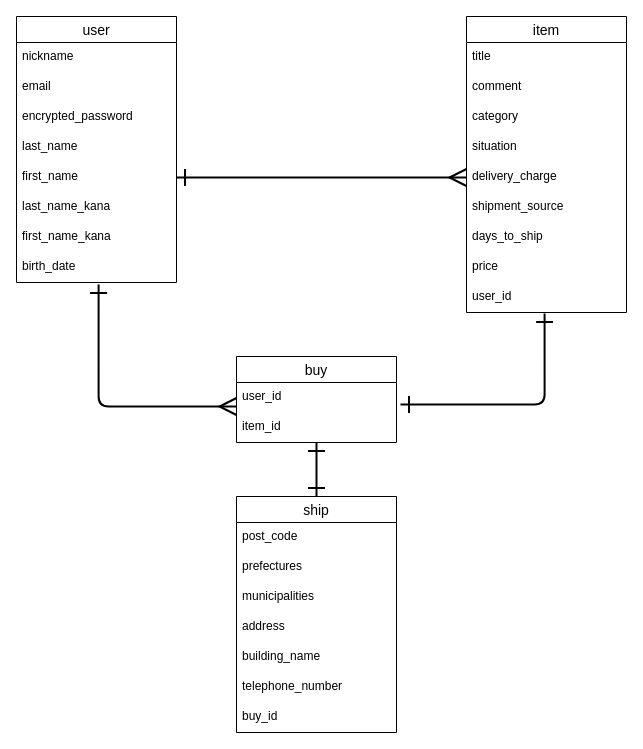
Before: test.dio in murakami-m/furima-37299, a draw.io diagram. Source tidied: cells renumbered, new cells numbered last; positions are measured from the earlier drawing's top-left corner, leaving out a move shared by most shapes. Both pictures are drawn from the tidied source at 100%, with x=0, y=0 at pixel (16, 16).
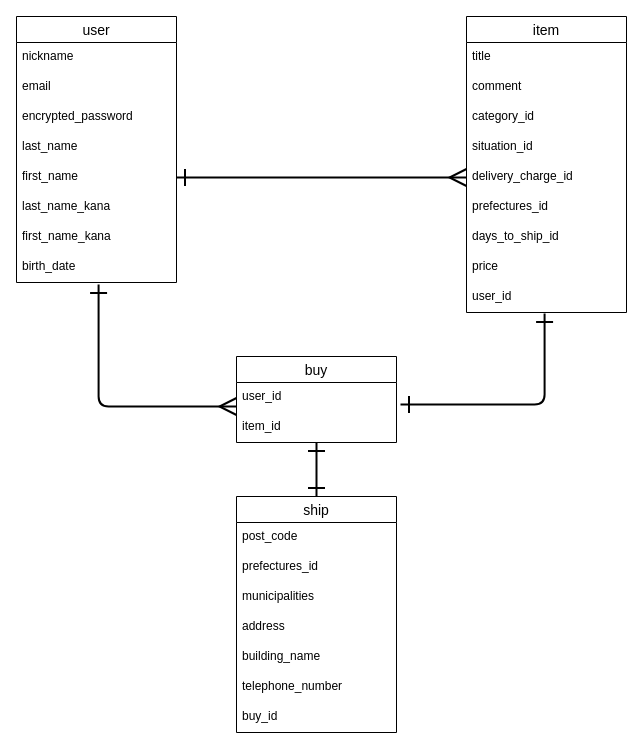
Above is the later version.

Unchanged cells that the change refers to:
```xml
<mxCell id="11" value="item" style="swimlane;fontStyle=0;horizontal=1;startSize=26;align=center;fontSize=14;" parent="1" vertex="1">
  <mxGeometry x="450" width="160" height="296" as="geometry" />
</mxCell>
<mxCell id="24" value="ship" style="swimlane;fontStyle=0;horizontal=1;startSize=26;align=center;fontSize=14;" parent="1" vertex="1">
  <mxGeometry x="220" y="480" width="160" height="236" as="geometry" />
</mxCell>
```

Change to the diagram source:
```diff
@@
-    <mxCell id="14" value="category" style="text;strokeColor=none;fillColor=none;spacingLeft=4;spacingRight=4;overflow=hidden;fontSize=12;" parent="11" vertex="1">
+    <mxCell id="14" value="category_id" style="text;strokeColor=none;fillColor=none;spacingLeft=4;spacingRight=4;overflow=hidden;fontSize=12;" parent="11" vertex="1">
       <mxGeometry y="86" width="160" height="30" as="geometry" />
     </mxCell>
-    <mxCell id="15" value="situation" style="text;strokeColor=none;fillColor=none;spacingLeft=4;spacingRight=4;overflow=hidden;fontSize=12;" parent="11" vertex="1">
+    <mxCell id="15" value="situation_id" style="text;strokeColor=none;fillColor=none;spacingLeft=4;spacingRight=4;overflow=hidden;fontSize=12;" parent="11" vertex="1">
       <mxGeometry y="116" width="160" height="30" as="geometry" />
     </mxCell>
-    <mxCell id="16" value="delivery_charge" style="text;strokeColor=none;fillColor=none;spacingLeft=4;spacingRight=4;overflow=hidden;points=[[0,0.5],[1,0.5]];portConstraint=eastwest;fontSize=12;" parent="11" vertex="1">
+    <mxCell id="16" value="delivery_charge_id" style="text;strokeColor=none;fillColor=none;spacingLeft=4;spacingRight=4;overflow=hidden;points=[[0,0.5],[1,0.5]];portConstraint=eastwest;fontSize=12;" parent="11" vertex="1">
       <mxGeometry y="146" width="160" height="30" as="geometry" />
     </mxCell>
-    <mxCell id="17" value="shipment_source" style="text;strokeColor=none;fillColor=none;spacingLeft=4;spacingRight=4;overflow=hidden;fontSize=12;" parent="11" vertex="1">
+    <mxCell id="17" value="prefectures_id     " style="text;strokeColor=none;fillColor=none;spacingLeft=4;spacingRight=4;overflow=hidden;fontSize=12;" parent="11" vertex="1">
       <mxGeometry y="176" width="160" height="30" as="geometry" />
     </mxCell>
-    <mxCell id="18" value="days_to_ship" style="text;strokeColor=none;fillColor=none;spacingLeft=4;spacingRight=4;overflow=hidden;fontSize=12;" parent="11" vertex="1">
+    <mxCell id="18" value="days_to_ship_id" style="text;strokeColor=none;fillColor=none;spacingLeft=4;spacingRight=4;overflow=hidden;fontSize=12;" parent="11" vertex="1">
       <mxGeometry y="206" width="160" height="30" as="geometry" />
     </mxCell>
@@
-    <mxCell id="26" value="prefectures" style="text;strokeColor=none;fillColor=none;spacingLeft=4;spacingRight=4;overflow=hidden;fontSize=12;" parent="24" vertex="1">
+    <mxCell id="26" value="prefectures_id" style="text;strokeColor=none;fillColor=none;spacingLeft=4;spacingRight=4;overflow=hidden;fontSize=12;" parent="24" vertex="1">
       <mxGeometry y="56" width="160" height="30" as="geometry" />
     </mxCell>
```
